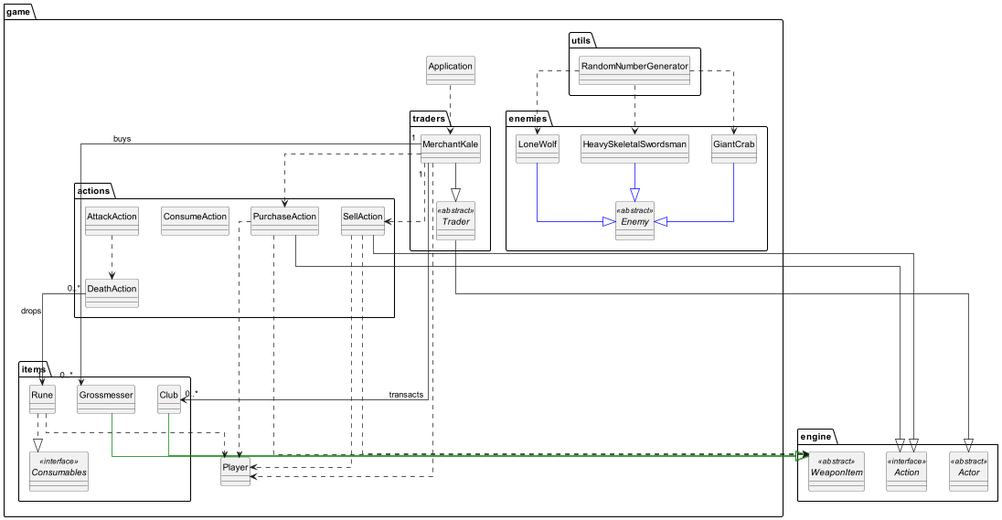
Above: docs/REQ2 UML Diagram.png in jenul-ferdinand/elden-ring-ascii (PlantUML), before the change.
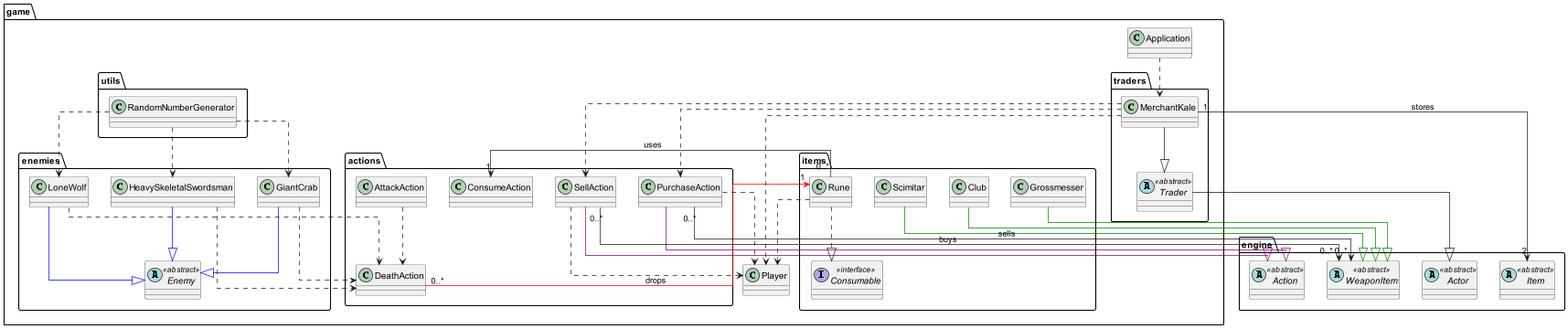
After the commit.

Commit message:
REQ2 - Design Rationale and UML Diagram Progress

The edit, as a diff of the source:
```diff
@@ -2,16 +2,15 @@
 
 skinparam linetype ortho
 set namespaceSeparator none
-hide circle
 
 package engine {
     abstract class Actor <<abstract>>
     abstract class WeaponItem <<abstract>>
-    interface Action <<interface>>
+    abstract class Action <<abstract>>
+    abstract class Item <<abstract>>
 }
 
 package game {
-
     package enemies {
         abstract class Enemy <<abstract>>
         class HeavySkeletalSwordsman
@@ -34,11 +33,12 @@
     }
 
     package items {
-        interface Consumables <<interface>>
+        interface Consumable <<interface>>
 
         class Rune
         class Grossmesser
         class Club
+        class Scimitar
     }
 
     package utils {
@@ -64,9 +64,10 @@
 
     Club -[#green]-|> WeaponItem
     Grossmesser -[#green]-|> WeaponItem
+    Scimitar -[#green]-|> WeaponItem
 
-    PurchaseAction --|> Action
-    SellAction --|> Action
+    PurchaseAction -[#purple]-|> Action
+    SellAction -[#purple]-|> Action
 
 
 
@@ -74,7 +75,7 @@
 
 
 
-    Rune ..|> Consumables
+    Rune ..|> Consumable
 
 
 
@@ -82,11 +83,15 @@
 
 
 
-    MerchantKale "1" --> "0..*" Club : transacts
-    MerchantKale "1" --> "0..*" Grossmesser : buys
+    MerchantKale "1" --> "2" Item : stores
 
-    DeathAction "0..*" ---> "1" Rune : drops
+    DeathAction "0..*" -[#red]-> "1" Rune : drops
 
+    Rune "0..*" --> "1" ConsumeAction : uses
+
+    PurchaseAction "0..*" --> "0..*" WeaponItem : sells
+
+    SellAction "0..*" --> "0..*" WeaponItem : buys
 
 
 
@@ -99,14 +104,16 @@
     RandomNumberGenerator ..> GiantCrab
     RandomNumberGenerator ..> LoneWolf
 
+    LoneWolf ..> DeathAction
+    HeavySkeletalSwordsman ..> DeathAction
+    GiantCrab ..> DeathAction
+
     Rune ..> Player
 
     MerchantKale ..> Player
     MerchantKale ..> PurchaseAction
     MerchantKale ..> SellAction
 
-    PurchaseAction ..> WeaponItem
-    SellAction ..> WeaponItem
     SellAction ..> Player
     PurchaseAction ..> Player
 
```
